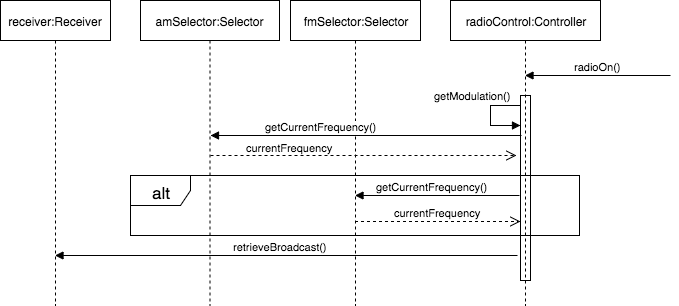
The draw.io diagram OSDpng/radioOn.png in CSCI-360-01-2017/Team-Malaga, before a commit. Source tidied: cells renumbered, new cells last; positions are measured from the earlier drawing's top-left corner, leaving out a move shared by most shapes. Its diagram source:
```xml
<mxGraphModel>
  <root>
    <mxCell id="0" />
    <mxCell id="1" parent="0" />
    <mxCell id="2" value="amSelector:Selector" style="shape=umlLifeline;perimeter=lifelinePerimeter;whiteSpace=wrap;html=1;" parent="1" vertex="1">
      <mxGeometry x="140" width="139" height="305" as="geometry" />
    </mxCell>
    <mxCell id="3" value="receiver:Receiver" style="shape=umlLifeline;perimeter=lifelinePerimeter;whiteSpace=wrap;html=1;outlineConnect=0;" parent="1" vertex="1">
      <mxGeometry width="110" height="305" as="geometry" />
    </mxCell>
    <mxCell id="4" value="radioControl:Controller" style="shape=umlLifeline;perimeter=lifelinePerimeter;whiteSpace=wrap;html=1;outlineConnect=0;" parent="1" vertex="1">
      <mxGeometry x="450" width="150" height="305" as="geometry" />
    </mxCell>
    <mxCell id="5" style="html=1;perimeter=orthogonalPerimeter;fillColor=none;fontSize=22;fontColor=none;" parent="4" vertex="1">
      <mxGeometry x="70" y="95" width="10" height="185" as="geometry" />
    </mxCell>
    <mxCell id="6" value="fmSelector:Selector" style="shape=umlLifeline;perimeter=lifelinePerimeter;whiteSpace=wrap;html=1;outlineConnect=0;" parent="1" vertex="1">
      <mxGeometry x="290" width="130" height="305" as="geometry" />
    </mxCell>
    <mxCell id="7" value="radioOn()" style="html=1;verticalAlign=bottom;endArrow=block;fontColor=none;" parent="1" edge="1" target="4">
      <mxGeometry relative="1" as="geometry">
        <mxPoint x="670" y="75" as="sourcePoint" />
      </mxGeometry>
    </mxCell>
    <mxCell id="8" value="getModulation()" style="edgeStyle=orthogonalEdgeStyle;html=1;align=left;spacingLeft=2;endArrow=block;rounded=0;fontColor=none;" parent="1" edge="1">
      <mxGeometry x="-0.25" y="-61" relative="1" as="geometry">
        <mxPoint x="520" y="105" as="sourcePoint" />
        <mxPoint x="520" y="125" as="targetPoint" />
        <Array as="points">
          <mxPoint x="490" y="105" />
          <mxPoint x="490" y="125" />
        </Array>
        <mxPoint x="1" y="-10" as="offset" />
      </mxGeometry>
    </mxCell>
    <mxCell id="9" value="getCurrentFrequency()" style="html=1;verticalAlign=bottom;endArrow=block;fontColor=none;" parent="1" edge="1" target="6">
      <mxGeometry x="0.07" relative="1" as="geometry">
        <mxPoint x="519" y="195" as="sourcePoint" />
      </mxGeometry>
    </mxCell>
    <mxCell id="10" value="&lt;font style=&quot;font-size: 17px&quot;&gt;alt&lt;/font&gt;" style="shape=umlFrame;whiteSpace=wrap;html=1;fillColor=none;fontSize=22;fontColor=none;" parent="1" vertex="1">
      <mxGeometry x="130" y="175" width="449" height="60" as="geometry" />
    </mxCell>
    <mxCell id="11" value="getCurrentFrequency()" style="html=1;verticalAlign=bottom;endArrow=block;fontColor=none;" parent="1" edge="1">
      <mxGeometry as="geometry">
        <mxPoint x="521" y="135" as="sourcePoint" />
        <mxPoint x="210" y="135" as="targetPoint" />
        <mxPoint x="-45" as="offset" />
      </mxGeometry>
    </mxCell>
    <mxCell id="12" value="currentFrequency" style="html=1;verticalAlign=bottom;endArrow=open;dashed=1;endSize=8;fontColor=none;" parent="1" edge="1">
      <mxGeometry x="-0.48" y="-1" relative="1" as="geometry">
        <mxPoint x="210" y="155" as="sourcePoint" />
        <mxPoint x="516" y="155" as="targetPoint" />
      </mxGeometry>
    </mxCell>
    <mxCell id="13" value="currentFrequency" style="html=1;verticalAlign=bottom;endArrow=open;dashed=1;endSize=8;fontColor=none;entryX=-0.2;entryY=0.276;entryPerimeter=0;" parent="1" edge="1" source="6">
      <mxGeometry x="252" y="274" as="geometry">
        <mxPoint x="520" y="221" as="targetPoint" />
      </mxGeometry>
    </mxCell>
    <mxCell id="14" value="retrieveBroadcast()" style="html=1;verticalAlign=bottom;endArrow=block;fontColor=none;" parent="1" edge="1" target="3">
      <mxGeometry as="geometry">
        <mxPoint x="517" y="255" as="sourcePoint" />
        <mxPoint x="-6" as="offset" />
      </mxGeometry>
    </mxCell>
  </root>
</mxGraphModel>
```
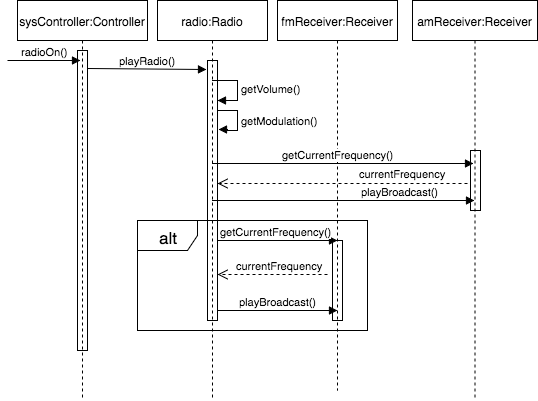
Above is the later version.

Diff of the diagram source:
```diff
@@ -2,68 +2,99 @@
   <root>
     <mxCell id="0" />
     <mxCell id="1" parent="0" />
-    <mxCell id="2" value="amSelector:Selector" style="shape=umlLifeline;perimeter=lifelinePerimeter;whiteSpace=wrap;html=1;" parent="1" vertex="1">
-      <mxGeometry x="140" width="139" height="305" as="geometry" />
+    <mxCell id="2" value="fmReceiver:Receiver" style="shape=umlLifeline;perimeter=lifelinePerimeter;whiteSpace=wrap;html=1;" parent="1" vertex="1">
+      <mxGeometry x="230" y="-25" width="120" height="390" as="geometry" />
     </mxCell>
+    <mxCell id="15" style="html=1;perimeter=orthogonalPerimeter;fillColor=none;fontSize=22;fontColor=none;" parent="2" vertex="1">
+      <mxGeometry x="55" y="240" width="10" height="80" as="geometry" />
+    </mxCell>
-    <mxCell id="3" value="receiver:Receiver" style="shape=umlLifeline;perimeter=lifelinePerimeter;whiteSpace=wrap;html=1;outlineConnect=0;" parent="1" vertex="1">
-      <mxGeometry width="110" height="305" as="geometry" />
+    <mxCell id="3" value="amReceiver:Receiver" style="shape=umlLifeline;perimeter=lifelinePerimeter;whiteSpace=wrap;html=1;outlineConnect=0;" parent="1" vertex="1">
+      <mxGeometry x="365" y="-25" width="125" height="400" as="geometry" />
     </mxCell>
-    <mxCell id="4" value="radioControl:Controller" style="shape=umlLifeline;perimeter=lifelinePerimeter;whiteSpace=wrap;html=1;outlineConnect=0;" parent="1" vertex="1">
-      <mxGeometry x="450" width="150" height="305" as="geometry" />
-    </mxCell>
-    <mxCell id="5" style="html=1;perimeter=orthogonalPerimeter;fillColor=none;fontSize=22;fontColor=none;" parent="4" vertex="1">
-      <mxGeometry x="70" y="95" width="10" height="185" as="geometry" />
-    </mxCell>
+    <mxCell id="16" style="html=1;points=[];perimeter=orthogonalPerimeter;fillColor=none;fontSize=22;fontColor=none;" parent="3" vertex="1">
+      <mxGeometry x="58" y="150" width="10" height="60" as="geometry" />
+    </mxCell>
-    <mxCell id="6" value="fmSelector:Selector" style="shape=umlLifeline;perimeter=lifelinePerimeter;whiteSpace=wrap;html=1;outlineConnect=0;" parent="1" vertex="1">
-      <mxGeometry x="290" width="130" height="305" as="geometry" />
+    <mxCell id="6" value="radio:Radio" style="shape=umlLifeline;perimeter=lifelinePerimeter;whiteSpace=wrap;html=1;outlineConnect=0;" parent="1" vertex="1">
+      <mxGeometry x="110" y="-25" width="110" height="400" as="geometry" />
     </mxCell>
-    <mxCell id="7" value="radioOn()" style="html=1;verticalAlign=bottom;endArrow=block;fontColor=none;" parent="1" edge="1" target="4">
+    <mxCell id="7" value="radioOn()" style="html=1;verticalAlign=bottom;endArrow=block;fontColor=none;entryX=0.3;entryY=0.033;entryPerimeter=0;" parent="1" edge="1" target="18">
       <mxGeometry relative="1" as="geometry">
-        <mxPoint x="670" y="75" as="sourcePoint" />
+        <mxPoint x="-40" y="35" as="sourcePoint" />
       </mxGeometry>
     </mxCell>
-    <mxCell id="8" value="getModulation()" style="edgeStyle=orthogonalEdgeStyle;html=1;align=left;spacingLeft=2;endArrow=block;rounded=0;fontColor=none;" parent="1" edge="1">
-      <mxGeometry x="-0.25" y="-61" relative="1" as="geometry">
-        <mxPoint x="520" y="105" as="sourcePoint" />
-        <mxPoint x="520" y="125" as="targetPoint" />
-        <Array as="points">
-          <mxPoint x="490" y="105" />
-          <mxPoint x="490" y="125" />
-        </Array>
-        <mxPoint x="1" y="-10" as="offset" />
-      </mxGeometry>
-    </mxCell>
-    <mxCell id="9" value="getCurrentFrequency()" style="html=1;verticalAlign=bottom;endArrow=block;fontColor=none;" parent="1" edge="1" target="6">
-      <mxGeometry x="0.07" relative="1" as="geometry">
-        <mxPoint x="519" y="195" as="sourcePoint" />
+    <mxCell id="9" value="getCurrentFrequency()" style="html=1;verticalAlign=bottom;endArrow=block;fontColor=none;" parent="1" edge="1">
+      <mxGeometry x="-0.04" relative="1" as="geometry">
+        <mxPoint x="170" y="215" as="sourcePoint" />
+        <mxPoint x="290" y="215" as="targetPoint" />
       </mxGeometry>
     </mxCell>
     <mxCell id="10" value="&lt;font style=&quot;font-size: 17px&quot;&gt;alt&lt;/font&gt;" style="shape=umlFrame;whiteSpace=wrap;html=1;fillColor=none;fontSize=22;fontColor=none;" parent="1" vertex="1">
-      <mxGeometry x="130" y="175" width="449" height="60" as="geometry" />
+      <mxGeometry x="90" y="195" width="230" height="110" as="geometry" />
     </mxCell>
-    <mxCell id="11" value="getCurrentFrequency()" style="html=1;verticalAlign=bottom;endArrow=block;fontColor=none;" parent="1" edge="1">
+    <mxCell id="11" value="getCurrentFrequency()" style="html=1;verticalAlign=bottom;endArrow=block;fontColor=none;entryX=0.3;entryY=0.217;entryPerimeter=0;" parent="1" edge="1" source="6" target="16">
       <mxGeometry as="geometry">
-        <mxPoint x="521" y="135" as="sourcePoint" />
-        <mxPoint x="210" y="135" as="targetPoint" />
-        <mxPoint x="-45" as="offset" />
+        <mxPoint x="-5" as="offset" />
       </mxGeometry>
     </mxCell>
-    <mxCell id="12" value="currentFrequency" style="html=1;verticalAlign=bottom;endArrow=open;dashed=1;endSize=8;fontColor=none;" parent="1" edge="1">
+    <mxCell id="12" value="currentFrequency" style="html=1;verticalAlign=bottom;endArrow=open;dashed=1;endSize=8;fontColor=none;" parent="1" edge="1" target="20">
       <mxGeometry x="-0.48" y="-1" relative="1" as="geometry">
-        <mxPoint x="210" y="155" as="sourcePoint" />
-        <mxPoint x="516" y="155" as="targetPoint" />
+        <mxPoint x="420" y="158" as="sourcePoint" />
       </mxGeometry>
     </mxCell>
-    <mxCell id="13" value="currentFrequency" style="html=1;verticalAlign=bottom;endArrow=open;dashed=1;endSize=8;fontColor=none;entryX=-0.2;entryY=0.276;entryPerimeter=0;" parent="1" edge="1" source="6">
-      <mxGeometry x="252" y="274" as="geometry">
-        <mxPoint x="520" y="221" as="targetPoint" />
+    <mxCell id="13" value="currentFrequency" style="html=1;verticalAlign=bottom;endArrow=open;dashed=1;endSize=8;fontColor=none;" parent="1" edge="1">
+      <mxGeometry as="geometry">
+        <mxPoint x="280" y="249" as="sourcePoint" />
+        <mxPoint x="170" y="249" as="targetPoint" />
+        <mxPoint x="7" as="offset" />
       </mxGeometry>
     </mxCell>
-    <mxCell id="14" value="retrieveBroadcast()" style="html=1;verticalAlign=bottom;endArrow=block;fontColor=none;" parent="1" edge="1" target="3">
+    <mxCell id="14" value="playBroadcast()" style="html=1;verticalAlign=bottom;endArrow=block;fontColor=none;" parent="1" edge="1" source="6" target="3">
       <mxGeometry as="geometry">
-        <mxPoint x="517" y="255" as="sourcePoint" />
-        <mxPoint x="-6" as="offset" />
+        <mxPoint x="57" as="offset" />
       </mxGeometry>
     </mxCell>
+    <mxCell id="17" value="sysController:Controller" style="shape=umlLifeline;perimeter=lifelinePerimeter;whiteSpace=wrap;html=1;" parent="1" vertex="1">
+      <mxGeometry x="-30" y="-25" width="130" height="400" as="geometry" />
+    </mxCell>
+    <mxCell id="18" style="html=1;points=[];perimeter=orthogonalPerimeter;fillColor=none;fontSize=22;fontColor=none;" parent="17" vertex="1">
+      <mxGeometry x="60" y="50" width="10" height="300" as="geometry" />
+    </mxCell>
+    <mxCell id="19" value="playBroadcast()" style="html=1;verticalAlign=bottom;endArrow=block;fontColor=none;" parent="1" edge="1">
+      <mxGeometry as="geometry">
+        <mxPoint x="170" y="285" as="sourcePoint" />
+        <mxPoint x="290" y="285" as="targetPoint" />
+        <Array as="points">
+          <mxPoint x="220" y="285" />
+        </Array>
+      </mxGeometry>
+    </mxCell>
+    <mxCell id="20" style="html=1;points=[];perimeter=orthogonalPerimeter;fillColor=none;fontSize=22;fontColor=none;" parent="1" vertex="1">
+      <mxGeometry x="160" y="35" width="10" height="260" as="geometry" />
+    </mxCell>
+    <mxCell id="21" value="getVolume()" style="edgeStyle=orthogonalEdgeStyle;html=1;align=left;spacingLeft=2;endArrow=block;rounded=0;fontColor=none;" parent="1" edge="1">
+      <mxGeometry relative="1" as="geometry">
+        <mxPoint x="165" y="55" as="sourcePoint" />
+        <mxPoint x="170" y="75" as="targetPoint" />
+        <Array as="points">
+          <mxPoint x="190" y="55" />
+          <mxPoint x="190" y="75" />
+        </Array>
+      </mxGeometry>
+    </mxCell>
+    <mxCell id="22" value="playRadio()" style="html=1;verticalAlign=bottom;endArrow=block;fontColor=none;entryX=-0.1;entryY=0.035;entryPerimeter=0;exitX=1;exitY=0.06;exitPerimeter=0;" parent="1" edge="1" source="18" target="20">
+      <mxGeometry relative="1" as="geometry" />
+    </mxCell>
+    <mxCell id="8" value="getModulation()" style="edgeStyle=orthogonalEdgeStyle;html=1;align=left;spacingLeft=2;endArrow=block;rounded=0;fontColor=none;entryX=1.1;entryY=0.265;entryPerimeter=0;" parent="1" edge="1" target="20">
+      <mxGeometry as="geometry">
+        <mxPoint x="171" y="85" as="sourcePoint" />
+        <Array as="points">
+          <mxPoint x="190" y="85" />
+          <mxPoint x="190" y="105" />
+          <mxPoint x="180" y="105" />
+          <mxPoint x="180" y="104" />
+        </Array>
+        <mxPoint x="19" y="1" as="offset" />
+      </mxGeometry>
+    </mxCell>
   </root>
 </mxGraphModel>
```
